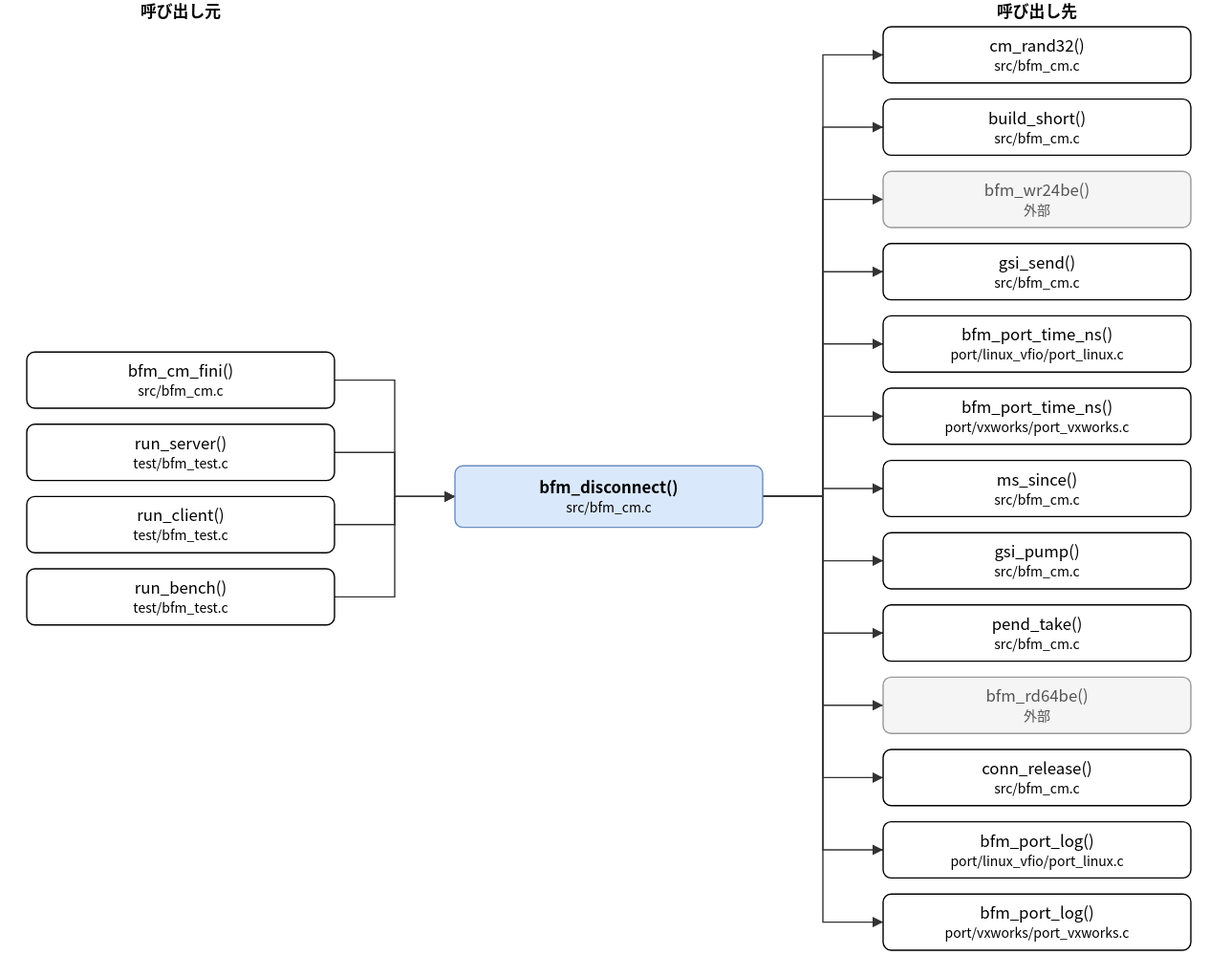
The draw.io diagram doc/spec/images/call_src_bfm_cm__bfm_disconnect.drawio.svg in hf355051012-ai/bfmem, before a commit. Source tidied: cells renumbered, new cells last; positions are measured from the earlier drawing's top-left corner, leaving out a move shared by most shapes.
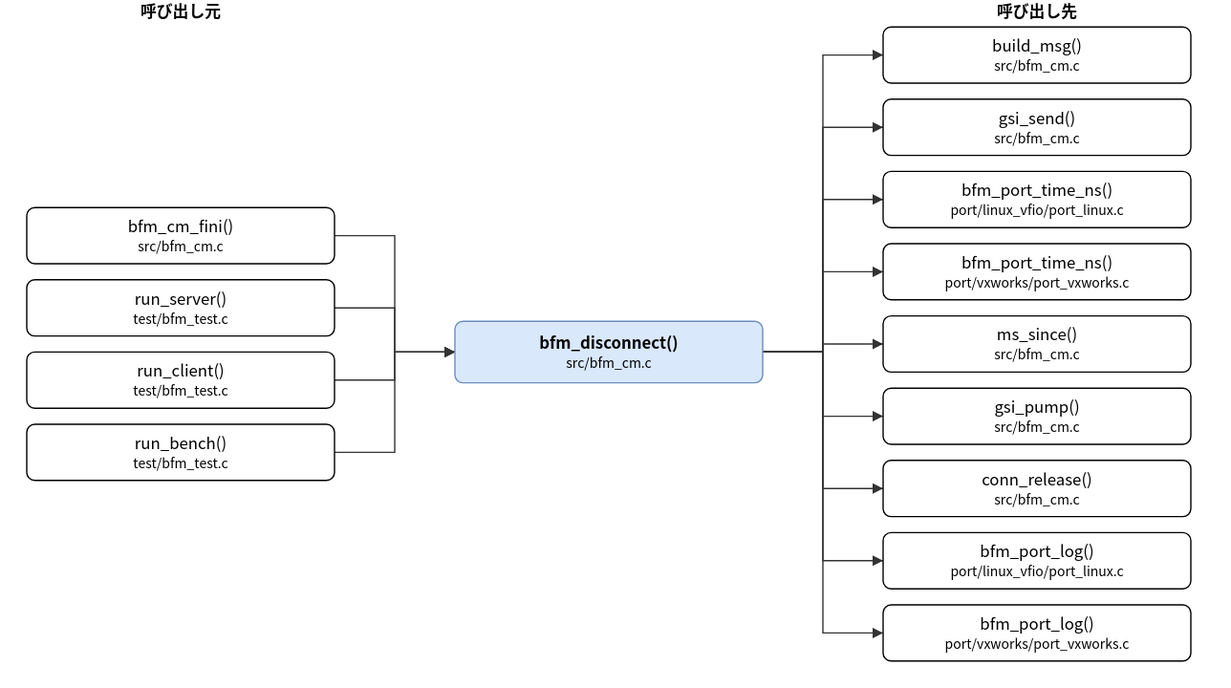
After the change.

Change to the diagram source:
```diff
@@ -3,95 +3,83 @@
     <mxCell id="0" />
     <mxCell id="1" parent="0" />
     <mxCell id="2" value="bfm_disconnect()&lt;br&gt;&lt;font style=&quot;font-size:10px&quot;&gt;src/bfm_cm.c&lt;/font&gt;" style="rounded=1;whiteSpace=wrap;html=1;fillColor=#dae8fc;strokeColor=#6c8ebf;fontStyle=1;" parent="1" vertex="1">
-      <mxGeometry x="320" y="348" width="230" height="46" as="geometry" />
+      <mxGeometry x="320" y="240" width="230" height="46" as="geometry" />
     </mxCell>
     <mxCell id="3" value="bfm_cm_fini()&lt;br&gt;&lt;font style=&quot;font-size:10px&quot;&gt;src/bfm_cm.c&lt;/font&gt;" style="rounded=1;whiteSpace=wrap;html=1;" parent="1" vertex="1">
-      <mxGeometry y="263" width="230" height="42" as="geometry" />
+      <mxGeometry y="155" width="230" height="42" as="geometry" />
     </mxCell>
     <mxCell id="4" value="run_server()&lt;br&gt;&lt;font style=&quot;font-size:10px&quot;&gt;test/bfm_test.c&lt;/font&gt;" style="rounded=1;whiteSpace=wrap;html=1;" parent="1" vertex="1">
-      <mxGeometry y="317" width="230" height="42" as="geometry" />
+      <mxGeometry y="209" width="230" height="42" as="geometry" />
     </mxCell>
     <mxCell id="5" value="run_client()&lt;br&gt;&lt;font style=&quot;font-size:10px&quot;&gt;test/bfm_test.c&lt;/font&gt;" style="rounded=1;whiteSpace=wrap;html=1;" parent="1" vertex="1">
-      <mxGeometry y="371" width="230" height="42" as="geometry" />
+      <mxGeometry y="263" width="230" height="42" as="geometry" />
     </mxCell>
     <mxCell id="6" value="run_bench()&lt;br&gt;&lt;font style=&quot;font-size:10px&quot;&gt;test/bfm_test.c&lt;/font&gt;" style="rounded=1;whiteSpace=wrap;html=1;" parent="1" vertex="1">
-      <mxGeometry y="425" width="230" height="42" as="geometry" />
+      <mxGeometry y="317" width="230" height="42" as="geometry" />
     </mxCell>
-    <mxCell id="7" value="cm_rand32()&lt;br&gt;&lt;font style=&quot;font-size:10px&quot;&gt;src/bfm_cm.c&lt;/font&gt;" style="rounded=1;whiteSpace=wrap;html=1;" parent="1" vertex="1">
+    <mxCell id="7" value="build_msg()&lt;br&gt;&lt;font style=&quot;font-size:10px&quot;&gt;src/bfm_cm.c&lt;/font&gt;" style="rounded=1;whiteSpace=wrap;html=1;" parent="1" vertex="1">
       <mxGeometry x="640" y="20" width="230" height="42" as="geometry" />
     </mxCell>
-    <mxCell id="8" value="build_short()&lt;br&gt;&lt;font style=&quot;font-size:10px&quot;&gt;src/bfm_cm.c&lt;/font&gt;" style="rounded=1;whiteSpace=wrap;html=1;" parent="1" vertex="1">
+    <mxCell id="8" value="gsi_send()&lt;br&gt;&lt;font style=&quot;font-size:10px&quot;&gt;src/bfm_cm.c&lt;/font&gt;" style="rounded=1;whiteSpace=wrap;html=1;" parent="1" vertex="1">
       <mxGeometry x="640" y="74" width="230" height="42" as="geometry" />
     </mxCell>
-    <mxCell id="9" value="bfm_wr24be()&lt;br&gt;&lt;font style=&quot;font-size:10px&quot;&gt;外部&lt;/font&gt;" style="rounded=1;whiteSpace=wrap;html=1;fillColor=#f5f5f5;strokeColor=#999999;fontColor=#555555;" parent="1" vertex="1">
+    <mxCell id="9" value="bfm_port_time_ns()&lt;br&gt;&lt;font style=&quot;font-size:10px&quot;&gt;port/linux_vfio/port_linux.c&lt;/font&gt;" style="rounded=1;whiteSpace=wrap;html=1;" parent="1" vertex="1">
       <mxGeometry x="640" y="128" width="230" height="42" as="geometry" />
     </mxCell>
-    <mxCell id="10" value="gsi_send()&lt;br&gt;&lt;font style=&quot;font-size:10px&quot;&gt;src/bfm_cm.c&lt;/font&gt;" style="rounded=1;whiteSpace=wrap;html=1;" parent="1" vertex="1">
+    <mxCell id="10" value="bfm_port_time_ns()&lt;br&gt;&lt;font style=&quot;font-size:10px&quot;&gt;port/vxworks/port_vxworks.c&lt;/font&gt;" style="rounded=1;whiteSpace=wrap;html=1;" parent="1" vertex="1">
       <mxGeometry x="640" y="182" width="230" height="42" as="geometry" />
     </mxCell>
-    <mxCell id="11" value="bfm_port_time_ns()&lt;br&gt;&lt;font style=&quot;font-size:10px&quot;&gt;port/linux_vfio/port_linux.c&lt;/font&gt;" style="rounded=1;whiteSpace=wrap;html=1;" parent="1" vertex="1">
+    <mxCell id="11" value="ms_since()&lt;br&gt;&lt;font style=&quot;font-size:10px&quot;&gt;src/bfm_cm.c&lt;/font&gt;" style="rounded=1;whiteSpace=wrap;html=1;" parent="1" vertex="1">
       <mxGeometry x="640" y="236" width="230" height="42" as="geometry" />
     </mxCell>
-    <mxCell id="12" value="bfm_port_time_ns()&lt;br&gt;&lt;font style=&quot;font-size:10px&quot;&gt;port/vxworks/port_vxworks.c&lt;/font&gt;" style="rounded=1;whiteSpace=wrap;html=1;" parent="1" vertex="1">
+    <mxCell id="12" value="gsi_pump()&lt;br&gt;&lt;font style=&quot;font-size:10px&quot;&gt;src/bfm_cm.c&lt;/font&gt;" style="rounded=1;whiteSpace=wrap;html=1;" parent="1" vertex="1">
       <mxGeometry x="640" y="290" width="230" height="42" as="geometry" />
     </mxCell>
-    <mxCell id="13" value="ms_since()&lt;br&gt;&lt;font style=&quot;font-size:10px&quot;&gt;src/bfm_cm.c&lt;/font&gt;" style="rounded=1;whiteSpace=wrap;html=1;" parent="1" vertex="1">
+    <mxCell id="13" value="conn_release()&lt;br&gt;&lt;font style=&quot;font-size:10px&quot;&gt;src/bfm_cm.c&lt;/font&gt;" style="rounded=1;whiteSpace=wrap;html=1;" parent="1" vertex="1">
       <mxGeometry x="640" y="344" width="230" height="42" as="geometry" />
     </mxCell>
-    <mxCell id="14" value="gsi_pump()&lt;br&gt;&lt;font style=&quot;font-size:10px&quot;&gt;src/bfm_cm.c&lt;/font&gt;" style="rounded=1;whiteSpace=wrap;html=1;" parent="1" vertex="1">
+    <mxCell id="14" value="bfm_port_log()&lt;br&gt;&lt;font style=&quot;font-size:10px&quot;&gt;port/linux_vfio/port_linux.c&lt;/font&gt;" style="rounded=1;whiteSpace=wrap;html=1;" parent="1" vertex="1">
       <mxGeometry x="640" y="398" width="230" height="42" as="geometry" />
     </mxCell>
-    <mxCell id="15" value="pend_take()&lt;br&gt;&lt;font style=&quot;font-size:10px&quot;&gt;src/bfm_cm.c&lt;/font&gt;" style="rounded=1;whiteSpace=wrap;html=1;" parent="1" vertex="1">
+    <mxCell id="15" value="bfm_port_log()&lt;br&gt;&lt;font style=&quot;font-size:10px&quot;&gt;port/vxworks/port_vxworks.c&lt;/font&gt;" style="rounded=1;whiteSpace=wrap;html=1;" parent="1" vertex="1">
       <mxGeometry x="640" y="452" width="230" height="42" as="geometry" />
     </mxCell>
-    <mxCell id="16" value="bfm_rd64be()&lt;br&gt;&lt;font style=&quot;font-size:10px&quot;&gt;外部&lt;/font&gt;" style="rounded=1;whiteSpace=wrap;html=1;fillColor=#f5f5f5;strokeColor=#999999;fontColor=#555555;" parent="1" vertex="1">
-      <mxGeometry x="640" y="506" width="230" height="42" as="geometry" />
-    </mxCell>
-    <mxCell id="17" value="conn_release()&lt;br&gt;&lt;font style=&quot;font-size:10px&quot;&gt;src/bfm_cm.c&lt;/font&gt;" style="rounded=1;whiteSpace=wrap;html=1;" parent="1" vertex="1">
-      <mxGeometry x="640" y="560" width="230" height="42" as="geometry" />
-    </mxCell>
-    <mxCell id="18" value="bfm_port_log()&lt;br&gt;&lt;font style=&quot;font-size:10px&quot;&gt;port/linux_vfio/port_linux.c&lt;/font&gt;" style="rounded=1;whiteSpace=wrap;html=1;" parent="1" vertex="1">
-      <mxGeometry x="640" y="614" width="230" height="42" as="geometry" />
-    </mxCell>
-    <mxCell id="19" value="bfm_port_log()&lt;br&gt;&lt;font style=&quot;font-size:10px&quot;&gt;port/vxworks/port_vxworks.c&lt;/font&gt;" style="rounded=1;whiteSpace=wrap;html=1;" parent="1" vertex="1">
-      <mxGeometry x="640" y="668" width="230" height="42" as="geometry" />
-    </mxCell>
     <mxCell id="20" style="edgeStyle=none;html=1;rounded=0;endArrow=block;endFill=1;exitX=1.0000;exitY=0.5000;exitDx=0;exitDy=0;exitPerimeter=0;entryX=0.0000;entryY=0.5000;entryDx=0;entryDy=0;entryPerimeter=0;" parent="1" edge="1" source="3" target="2">
       <mxGeometry relative="1" as="geometry">
         <Array as="points">
-          <mxPoint x="275" y="284" />
-          <mxPoint x="275" y="371" />
+          <mxPoint x="275" y="176" />
+          <mxPoint x="275" y="263" />
         </Array>
       </mxGeometry>
     </mxCell>
     <mxCell id="21" style="edgeStyle=none;html=1;rounded=0;endArrow=block;endFill=1;exitX=1.0000;exitY=0.5000;exitDx=0;exitDy=0;exitPerimeter=0;entryX=0.0000;entryY=0.5000;entryDx=0;entryDy=0;entryPerimeter=0;" parent="1" edge="1" source="4" target="2">
       <mxGeometry relative="1" as="geometry">
         <Array as="points">
-          <mxPoint x="275" y="338" />
-          <mxPoint x="275" y="371" />
+          <mxPoint x="275" y="230" />
+          <mxPoint x="275" y="263" />
         </Array>
       </mxGeometry>
     </mxCell>
     <mxCell id="22" style="edgeStyle=none;html=1;rounded=0;endArrow=block;endFill=1;exitX=1.0000;exitY=0.5000;exitDx=0;exitDy=0;exitPerimeter=0;entryX=0.0000;entryY=0.5000;entryDx=0;entryDy=0;entryPerimeter=0;" parent="1" edge="1" source="5" target="2">
       <mxGeometry relative="1" as="geometry">
         <Array as="points">
-          <mxPoint x="275" y="392" />
-          <mxPoint x="275" y="371" />
+          <mxPoint x="275" y="284" />
+          <mxPoint x="275" y="263" />
         </Array>
       </mxGeometry>
     </mxCell>
     <mxCell id="23" style="edgeStyle=none;html=1;rounded=0;endArrow=block;endFill=1;exitX=1.0000;exitY=0.5000;exitDx=0;exitDy=0;exitPerimeter=0;entryX=0.0000;entryY=0.5000;entryDx=0;entryDy=0;entryPerimeter=0;" parent="1" edge="1" source="6" target="2">
       <mxGeometry relative="1" as="geometry">
         <Array as="points">
-          <mxPoint x="275" y="446" />
-          <mxPoint x="275" y="371" />
+          <mxPoint x="275" y="338" />
+          <mxPoint x="275" y="263" />
         </Array>
       </mxGeometry>
     </mxCell>
     <mxCell id="24" style="edgeStyle=none;html=1;rounded=0;endArrow=block;endFill=1;exitX=1.0000;exitY=0.5000;exitDx=0;exitDy=0;exitPerimeter=0;entryX=0.0000;entryY=0.5000;entryDx=0;entryDy=0;entryPerimeter=0;" parent="1" edge="1" source="2" target="7">
       <mxGeometry relative="1" as="geometry">
         <Array as="points">
-          <mxPoint x="595" y="371" />
+          <mxPoint x="595" y="263" />
           <mxPoint x="595" y="41" />
         </Array>
       </mxGeometry>
@@ -99,7 +87,7 @@
     <mxCell id="25" style="edgeStyle=none;html=1;rounded=0;endArrow=block;endFill=1;exitX=1.0000;exitY=0.5000;exitDx=0;exitDy=0;exitPerimeter=0;entryX=0.0000;entryY=0.5000;entryDx=0;entryDy=0;entryPerimeter=0;" parent="1" edge="1" source="2" target="8">
       <mxGeometry relative="1" as="geometry">
         <Array as="points">
-          <mxPoint x="595" y="371" />
+          <mxPoint x="595" y="263" />
           <mxPoint x="595" y="95" />
         </Array>
       </mxGeometry>
@@ -107,7 +95,7 @@
     <mxCell id="26" style="edgeStyle=none;html=1;rounded=0;endArrow=block;endFill=1;exitX=1.0000;exitY=0.5000;exitDx=0;exitDy=0;exitPerimeter=0;entryX=0.0000;entryY=0.5000;entryDx=0;entryDy=0;entryPerimeter=0;" parent="1" edge="1" source="2" target="9">
       <mxGeometry relative="1" as="geometry">
         <Array as="points">
-          <mxPoint x="595" y="371" />
+          <mxPoint x="595" y="263" />
           <mxPoint x="595" y="149" />
         </Array>
       </mxGeometry>
@@ -115,7 +103,7 @@
     <mxCell id="27" style="edgeStyle=none;html=1;rounded=0;endArrow=block;endFill=1;exitX=1.0000;exitY=0.5000;exitDx=0;exitDy=0;exitPerimeter=0;entryX=0.0000;entryY=0.5000;entryDx=0;entryDy=0;entryPerimeter=0;" parent="1" edge="1" source="2" target="10">
       <mxGeometry relative="1" as="geometry">
         <Array as="points">
-          <mxPoint x="595" y="371" />
+          <mxPoint x="595" y="263" />
           <mxPoint x="595" y="203" />
         </Array>
       </mxGeometry>
@@ -123,7 +111,7 @@
     <mxCell id="28" style="edgeStyle=none;html=1;rounded=0;endArrow=block;endFill=1;exitX=1.0000;exitY=0.5000;exitDx=0;exitDy=0;exitPerimeter=0;entryX=0.0000;entryY=0.5000;entryDx=0;entryDy=0;entryPerimeter=0;" parent="1" edge="1" source="2" target="11">
       <mxGeometry relative="1" as="geometry">
         <Array as="points">
-          <mxPoint x="595" y="371" />
+          <mxPoint x="595" y="263" />
           <mxPoint x="595" y="257" />
         </Array>
       </mxGeometry>
@@ -131,7 +119,7 @@
     <mxCell id="29" style="edgeStyle=none;html=1;rounded=0;endArrow=block;endFill=1;exitX=1.0000;exitY=0.5000;exitDx=0;exitDy=0;exitPerimeter=0;entryX=0.0000;entryY=0.5000;entryDx=0;entryDy=0;entryPerimeter=0;" parent="1" edge="1" source="2" target="12">
       <mxGeometry relative="1" as="geometry">
         <Array as="points">
-          <mxPoint x="595" y="371" />
+          <mxPoint x="595" y="263" />
           <mxPoint x="595" y="311" />
         </Array>
       </mxGeometry>
@@ -139,7 +127,7 @@
     <mxCell id="30" style="edgeStyle=none;html=1;rounded=0;endArrow=block;endFill=1;exitX=1.0000;exitY=0.5000;exitDx=0;exitDy=0;exitPerimeter=0;entryX=0.0000;entryY=0.5000;entryDx=0;entryDy=0;entryPerimeter=0;" parent="1" edge="1" source="2" target="13">
       <mxGeometry relative="1" as="geometry">
         <Array as="points">
-          <mxPoint x="595" y="371" />
+          <mxPoint x="595" y="263" />
           <mxPoint x="595" y="365" />
         </Array>
       </mxGeometry>
@@ -147,7 +135,7 @@
     <mxCell id="31" style="edgeStyle=none;html=1;rounded=0;endArrow=block;endFill=1;exitX=1.0000;exitY=0.5000;exitDx=0;exitDy=0;exitPerimeter=0;entryX=0.0000;entryY=0.5000;entryDx=0;entryDy=0;entryPerimeter=0;" parent="1" edge="1" source="2" target="14">
       <mxGeometry relative="1" as="geometry">
         <Array as="points">
-          <mxPoint x="595" y="371" />
+          <mxPoint x="595" y="263" />
           <mxPoint x="595" y="419" />
         </Array>
       </mxGeometry>
@@ -155,43 +143,11 @@
     <mxCell id="32" style="edgeStyle=none;html=1;rounded=0;endArrow=block;endFill=1;exitX=1.0000;exitY=0.5000;exitDx=0;exitDy=0;exitPerimeter=0;entryX=0.0000;entryY=0.5000;entryDx=0;entryDy=0;entryPerimeter=0;" parent="1" edge="1" source="2" target="15">
       <mxGeometry relative="1" as="geometry">
         <Array as="points">
-          <mxPoint x="595" y="371" />
+          <mxPoint x="595" y="263" />
           <mxPoint x="595" y="473" />
         </Array>
       </mxGeometry>
     </mxCell>
-    <mxCell id="33" style="edgeStyle=none;html=1;rounded=0;endArrow=block;endFill=1;exitX=1.0000;exitY=0.5000;exitDx=0;exitDy=0;exitPerimeter=0;entryX=0.0000;entryY=0.5000;entryDx=0;entryDy=0;entryPerimeter=0;" parent="1" edge="1" source="2" target="16">
-      <mxGeometry relative="1" as="geometry">
-        <Array as="points">
-          <mxPoint x="595" y="371" />
-          <mxPoint x="595" y="527" />
-        </Array>
-      </mxGeometry>
-    </mxCell>
-    <mxCell id="34" style="edgeStyle=none;html=1;rounded=0;endArrow=block;endFill=1;exitX=1.0000;exitY=0.5000;exitDx=0;exitDy=0;exitPerimeter=0;entryX=0.0000;entryY=0.5000;entryDx=0;entryDy=0;entryPerimeter=0;" parent="1" edge="1" source="2" target="17">
-      <mxGeometry relative="1" as="geometry">
-        <Array as="points">
-          <mxPoint x="595" y="371" />
-          <mxPoint x="595" y="581" />
-        </Array>
-      </mxGeometry>
-    </mxCell>
-    <mxCell id="35" style="edgeStyle=none;html=1;rounded=0;endArrow=block;endFill=1;exitX=1.0000;exitY=0.5000;exitDx=0;exitDy=0;exitPerimeter=0;entryX=0.0000;entryY=0.5000;entryDx=0;entryDy=0;entryPerimeter=0;" parent="1" edge="1" source="2" target="18">
-      <mxGeometry relative="1" as="geometry">
-        <Array as="points">
-          <mxPoint x="595" y="371" />
-          <mxPoint x="595" y="635" />
-        </Array>
-      </mxGeometry>
-    </mxCell>
-    <mxCell id="36" style="edgeStyle=none;html=1;rounded=0;endArrow=block;endFill=1;exitX=1.0000;exitY=0.5000;exitDx=0;exitDy=0;exitPerimeter=0;entryX=0.0000;entryY=0.5000;entryDx=0;entryDy=0;entryPerimeter=0;" parent="1" edge="1" source="2" target="19">
-      <mxGeometry relative="1" as="geometry">
-        <Array as="points">
-          <mxPoint x="595" y="371" />
-          <mxPoint x="595" y="689" />
-        </Array>
-      </mxGeometry>
-    </mxCell>
     <mxCell id="37" value="呼び出し元" style="text;html=1;align=center;fontStyle=1;" parent="1" vertex="1">
       <mxGeometry x="35" width="160" height="18" as="geometry" />
     </mxCell>
```
